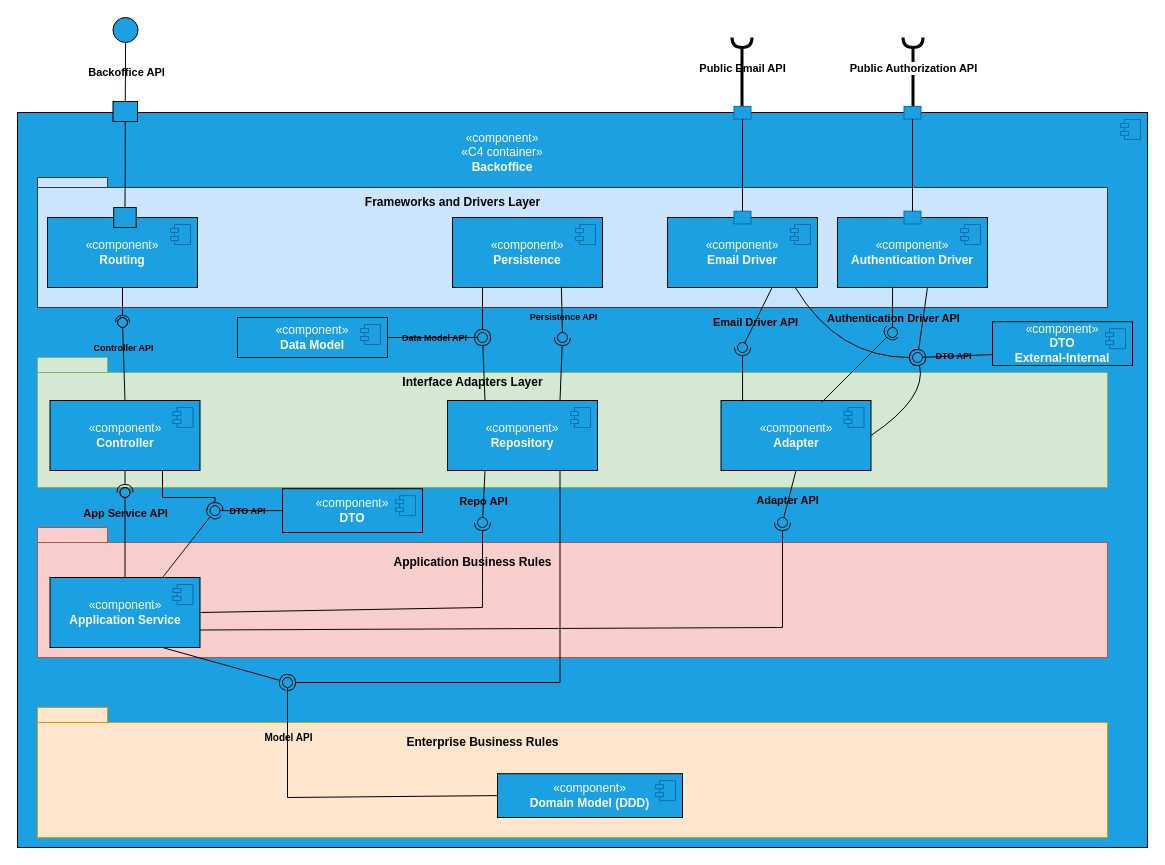
Before: docs/sprint-1/team-decisions/views/logical-view/backoffice_vl3.drawio in rita-barbosa/LAPR5-2425, a draw.io diagram. Source tidied: cells renumbered, new cells numbered last; positions are measured from the earlier drawing's top-left corner, leaving out a move shared by most shapes. Both pictures are drawn from the tidied source at 100%, with x=0, y=0 at pixel (17, 17).
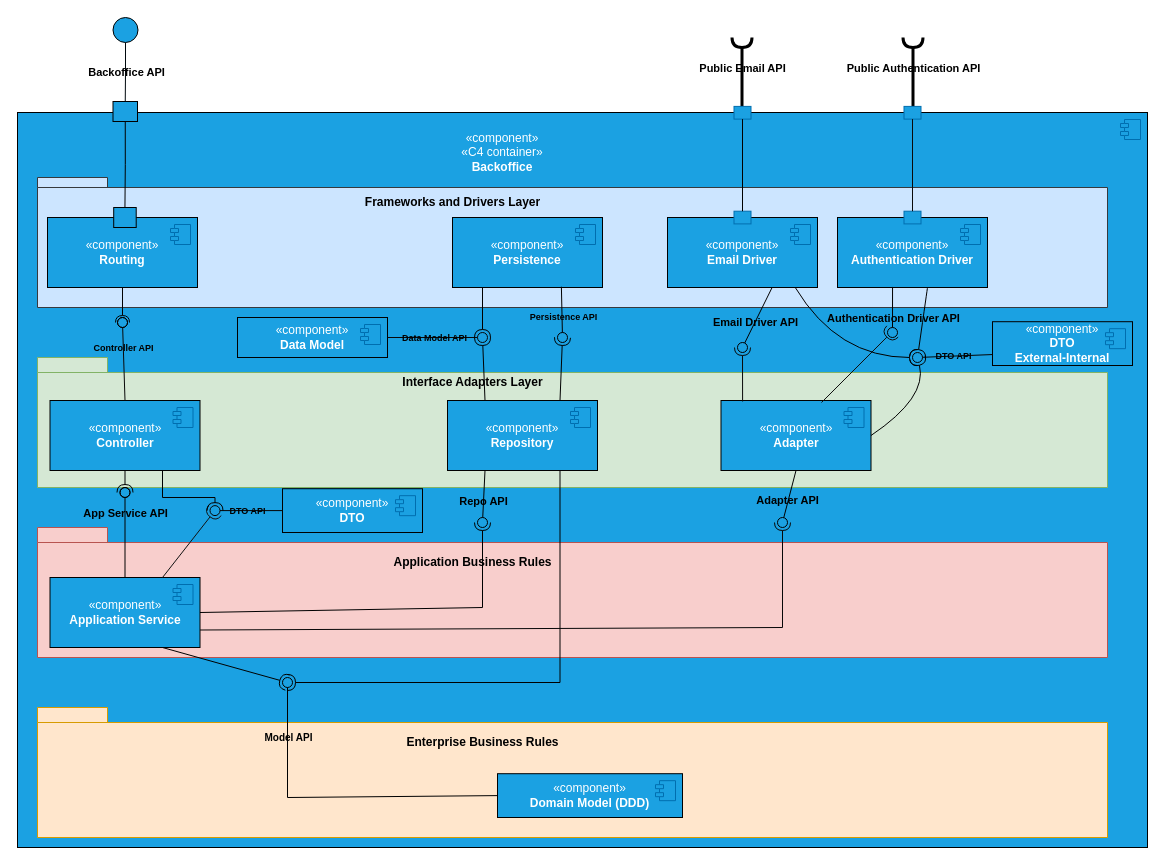
After the change.

Unchanged cells that the change refers to:
```xml
<mxCell id="85" style="edgeStyle=orthogonalEdgeStyle;rounded=0;orthogonalLoop=1;jettySize=auto;html=1;entryX=0.5;entryY=0;entryDx=0;entryDy=0;endArrow=none;endFill=0;fontColor=#000000;strokeColor=#000000;startArrow=halfCircle;startFill=0;endSize=6;strokeWidth=3;" parent="84" edge="1">
  <mxGeometry relative="1" as="geometry">
    <mxPoint x="9" y="-16" as="sourcePoint" />
    <mxPoint x="9" y="53" as="targetPoint" />
  </mxGeometry>
</mxCell>
```

The edit, as a diff of the source:
```diff
@@
-    <mxCell id="86" value="Public Authorization API" style="edgeLabel;html=1;align=center;verticalAlign=middle;rotation=0;fontStyle=1;" parent="85" vertex="1">
+    <mxCell id="86" value="Public Authentication API" style="edgeLabel;html=1;align=center;verticalAlign=middle;rotation=0;fontStyle=1;labelBackgroundColor=none;" parent="85" vertex="1">
       <mxGeometry x="-0.09" y="-1" relative="1" as="geometry">
         <mxPoint x="1" as="offset" />
       </mxGeometry>
     </mxCell>
```
